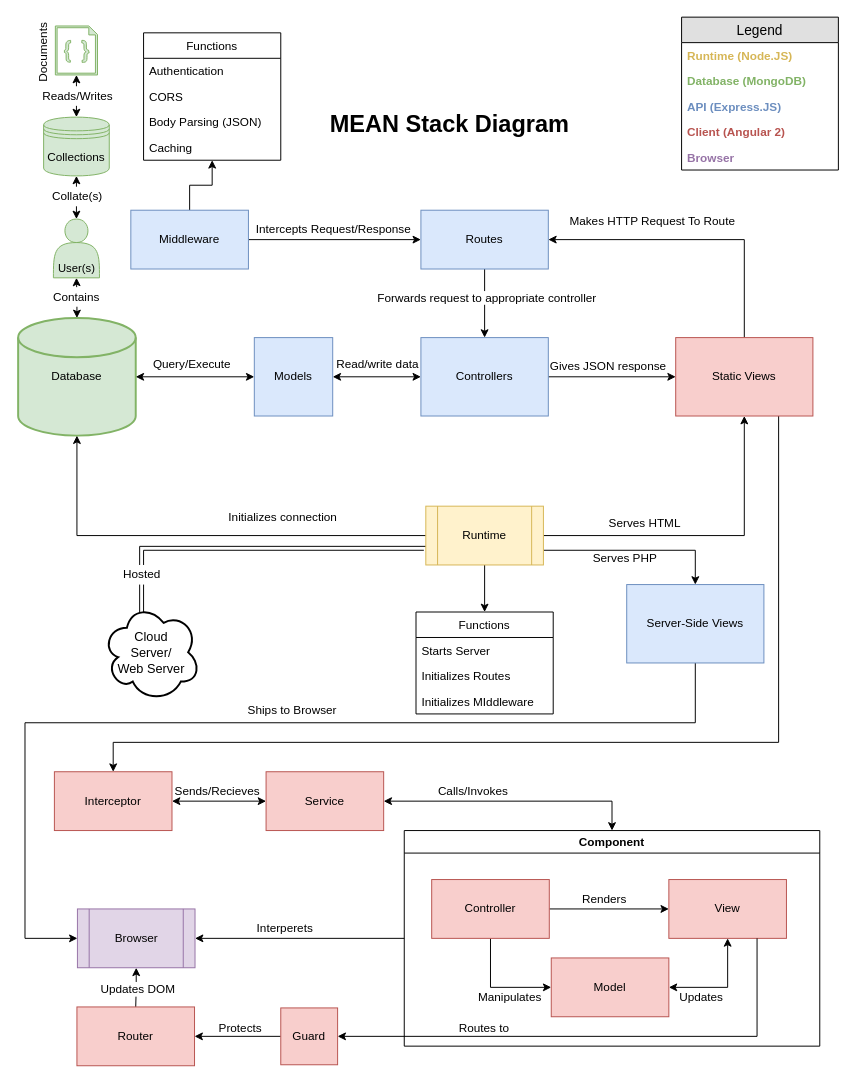
The draw.io diagram misc/MEAN-Stack.drawio in bag33188/PokeROM, before the edit. Source tidied: cells renumbered, new cells numbered last; positions are measured from the earlier drawing's top-left corner, leaving out a move shared by most shapes. Both pictures are drawn from the tidied source at 98%, with x=0, y=0 at pixel (18, 17).
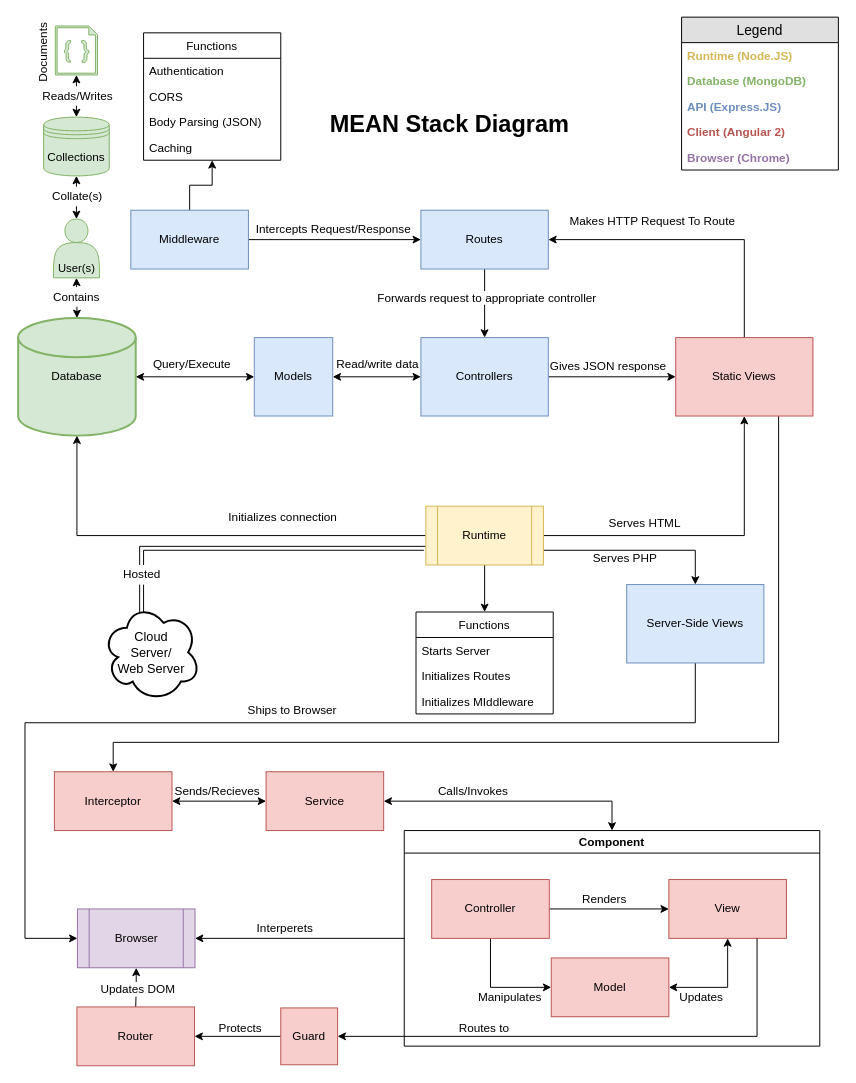
Above is the later version.

Unchanged cells that the change refers to:
```xml
<mxCell id="58" value="Legend" style="swimlane;fontStyle=0;horizontal=1;startSize=26;fillColor=#e0e0e0;swimlaneFillColor=#ffffff;align=center;fontSize=14;" parent="1" vertex="1">
  <mxGeometry x="677" width="160" height="156" as="geometry" />
</mxCell>
```

Diff of the diagram source:
```diff
@@
-    <mxCell id="63" value="Browser" style="text;strokeColor=none;fillColor=none;spacingLeft=4;spacingRight=4;overflow=hidden;fontSize=12;fontStyle=1;fontColor=#9673A6;" parent="58" vertex="1">
+    <mxCell id="63" value="Browser (Chrome)" style="text;strokeColor=none;fillColor=none;spacingLeft=4;spacingRight=4;overflow=hidden;fontSize=12;fontStyle=1;fontColor=#9673A6;" parent="58" vertex="1">
       <mxGeometry y="130" width="160" height="26" as="geometry" />
     </mxCell>
```
